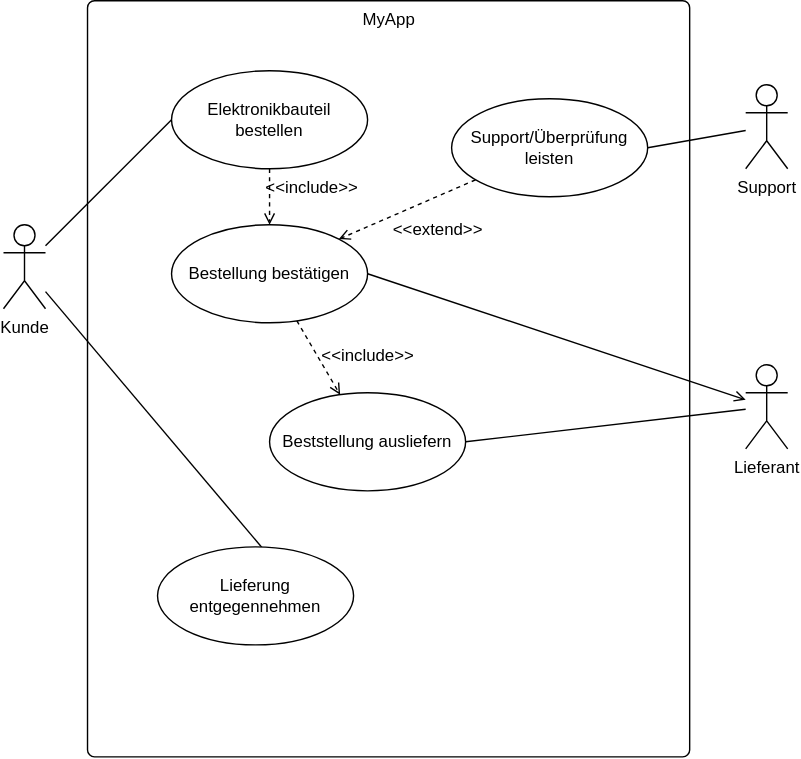
Before: figures/uc-diagram.drawio.svg, a diagram exported from draw.io (reiflja1/gruppenarbeitSE2). Source tidied: cells renumbered, new cells last; positions are measured from the earlier drawing's top-left corner, leaving out a move shared by most shapes.
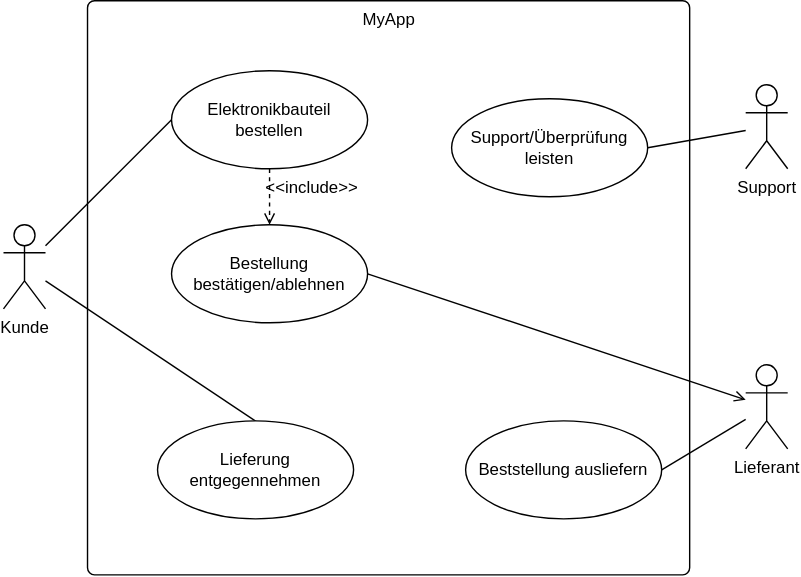
After the commit.

What changed in the source:
```diff
@@ -3,7 +3,7 @@
     <mxCell id="0" />
     <mxCell id="1" parent="0" />
     <mxCell id="2" value="MyApp" style="html=1;align=center;verticalAlign=top;rounded=1;absoluteArcSize=1;arcSize=10;dashed=0;" parent="1" vertex="1">
-      <mxGeometry x="60" width="430" height="540" as="geometry" />
+      <mxGeometry x="60" width="430" height="410" as="geometry" />
     </mxCell>
     <mxCell id="3" style="edgeStyle=none;sketch=0;html=1;entryX=1;entryY=0.5;entryDx=0;entryDy=0;endArrow=none;endFill=0;startArrow=open;startFill=0;" parent="1" edge="1" source="5" target="9">
       <mxGeometry relative="1" as="geometry" />
@@ -20,10 +20,7 @@
     <mxCell id="7" value="Elektronikbauteil bestellen" style="ellipse;whiteSpace=wrap;html=1;" parent="1" vertex="1">
       <mxGeometry x="120" y="50" width="140" height="70" as="geometry" />
     </mxCell>
-    <mxCell id="8" style="edgeStyle=none;sketch=0;html=1;endArrow=open;endFill=0;dashed=1;" parent="1" edge="1" source="9" target="17">
-      <mxGeometry relative="1" as="geometry" />
-    </mxCell>
-    <mxCell id="9" value="Bestellung bestätigen" style="ellipse;whiteSpace=wrap;html=1;" parent="1" vertex="1">
+    <mxCell id="9" value="Bestellung bestätigen/ablehnen" style="ellipse;whiteSpace=wrap;html=1;" parent="1" vertex="1">
       <mxGeometry x="120" y="160" width="140" height="70" as="geometry" />
     </mxCell>
     <mxCell id="10" style="edgeStyle=none;sketch=0;html=1;entryX=0;entryY=0.5;entryDx=0;entryDy=0;endArrow=none;endFill=0;" parent="1" edge="1" source="12" target="7">
@@ -35,9 +32,6 @@
     <mxCell id="12" value="Kunde" style="shape=umlActor;verticalLabelPosition=bottom;verticalAlign=top;html=1;" parent="1" vertex="1">
       <mxGeometry y="160" width="30" height="60" as="geometry" />
     </mxCell>
-    <mxCell id="13" style="edgeStyle=none;sketch=0;html=1;entryX=1;entryY=0;entryDx=0;entryDy=0;endArrow=open;endFill=0;dashed=1;" parent="1" edge="1" source="14" target="9">
-      <mxGeometry relative="1" as="geometry" />
-    </mxCell>
     <mxCell id="14" value="Support/Überprüfung leisten" style="ellipse;whiteSpace=wrap;html=1;" parent="1" vertex="1">
       <mxGeometry x="320" y="70" width="140" height="70" as="geometry" />
     </mxCell>
@@ -48,19 +42,13 @@
       <mxGeometry x="530" y="60" width="30" height="60" as="geometry" />
     </mxCell>
     <mxCell id="17" value="Beststellung ausliefern" style="ellipse;whiteSpace=wrap;html=1;" parent="1" vertex="1">
-      <mxGeometry x="190" y="280" width="140" height="70" as="geometry" />
+      <mxGeometry x="330" y="300" width="140" height="70" as="geometry" />
     </mxCell>
     <mxCell id="18" value="Lieferung entgegennehmen" style="ellipse;whiteSpace=wrap;html=1;" parent="1" vertex="1">
-      <mxGeometry x="110" y="390" width="140" height="70" as="geometry" />
+      <mxGeometry x="110" y="300" width="140" height="70" as="geometry" />
     </mxCell>
-    <mxCell id="19" value="&lt;font style=&quot;font-size: 12px; font-weight: normal;&quot;&gt;&amp;lt;&amp;lt;include&amp;gt;&amp;gt;&lt;/font&gt;" style="text;strokeColor=none;fillColor=none;html=1;fontSize=24;fontStyle=1;verticalAlign=middle;align=center;" parent="1" vertex="1">
-      <mxGeometry x="210" y="230" width="100" height="40" as="geometry" />
-    </mxCell>
     <mxCell id="20" value="&lt;font style=&quot;font-size: 12px; font-weight: normal;&quot;&gt;&amp;lt;&amp;lt;include&amp;gt;&amp;gt;&lt;/font&gt;" style="text;strokeColor=none;fillColor=none;html=1;fontSize=24;fontStyle=1;verticalAlign=middle;align=center;" parent="1" vertex="1">
       <mxGeometry x="170" y="110" width="100" height="40" as="geometry" />
     </mxCell>
-    <mxCell id="21" value="&lt;font style=&quot;font-size: 12px; font-weight: normal;&quot;&gt;&amp;lt;&amp;lt;extend&amp;gt;&amp;gt;&lt;/font&gt;" style="text;strokeColor=none;fillColor=none;html=1;fontSize=24;fontStyle=1;verticalAlign=middle;align=center;" parent="1" vertex="1">
-      <mxGeometry x="260" y="140" width="100" height="40" as="geometry" />
-    </mxCell>
   </root>
 </mxGraphModel>
```
